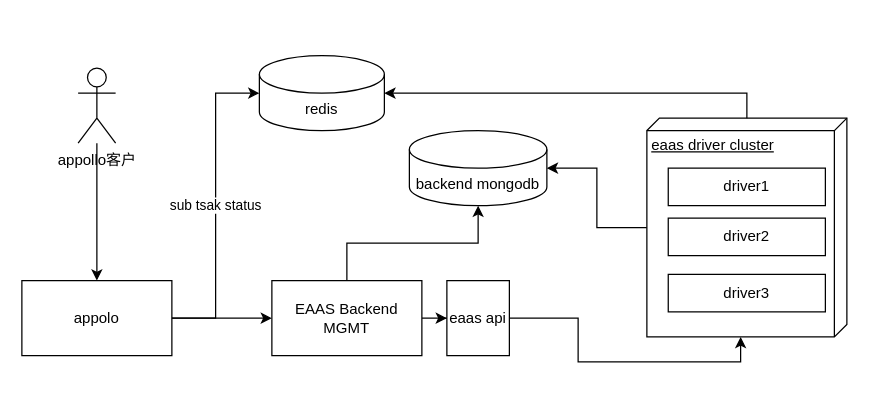
This is Untitled Diagram.drawio from RunningToTheEdgeOfTheWorld/jupyter_dir, a draw.io file, before an edit. Source tidied: cells renumbered, new cells numbered last; positions are measured from the earlier drawing's top-left corner, leaving out a move shared by most shapes. Both pictures are drawn from the tidied source at 125%, with x=0, y=0 at pixel (21, 55).
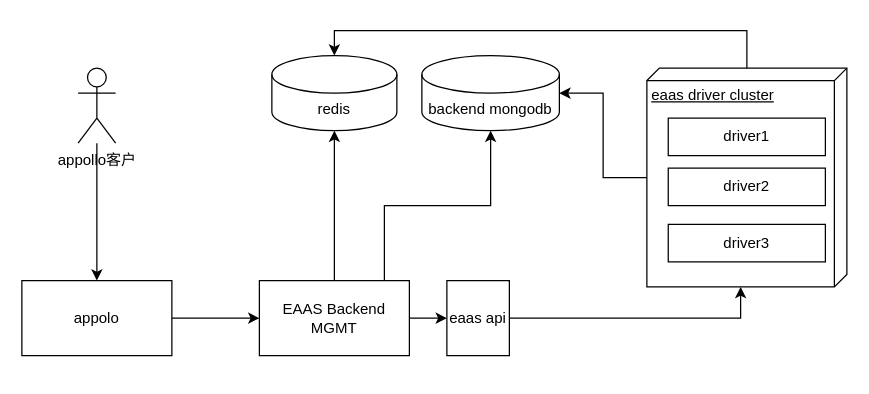
The same page after the edit.

Unchanged cells that the change refers to:
```xml
<mxCell id="13" value="appolo" style="rounded=0;whiteSpace=wrap;html=1;" parent="1" vertex="1">
  <mxGeometry y="180" width="120" height="60" as="geometry" />
</mxCell>
<mxCell id="17" value="&lt;span style=&quot;text-align: center&quot;&gt;eaas driver cluster&lt;/span&gt;" style="verticalAlign=top;align=left;spacingTop=8;spacingLeft=2;spacingRight=12;shape=cube;size=10;direction=south;fontStyle=4;html=1;" parent="16" vertex="1">
  <mxGeometry width="160" height="175" as="geometry" />
</mxCell>
```

The edit, as a diff of the source:
```diff
@@
     <mxCell id="4" style="edgeStyle=orthogonalEdgeStyle;rounded=0;jettySize=auto;html=1;entryX=0.5;entryY=1;entryDx=0;entryDy=0;entryPerimeter=0;" parent="1" edge="1" source="5" target="7">
-      <mxGeometry relative="1" as="geometry" />
+      <mxGeometry relative="1" as="geometry">
+        <Array as="points">
+          <mxPoint x="290" y="120" />
+          <mxPoint x="375" y="120" />
+        </Array>
+      </mxGeometry>
     </mxCell>
+    <mxCell id="22" style="edgeStyle=orthogonalEdgeStyle;rounded=0;jettySize=auto;entryX=0.5;entryY=1;entryDx=0;entryDy=0;entryPerimeter=0;html=1;" parent="1" edge="1" source="5" target="6">
+      <mxGeometry relative="1" as="geometry" />
+    </mxCell>
     <mxCell id="5" value="EAAS Backend MGMT" style="rounded=0;whiteSpace=wrap;html=1;" parent="1" vertex="1">
-      <mxGeometry x="200" y="180" width="120" height="60" as="geometry" />
+      <mxGeometry x="190" y="180" width="120" height="60" as="geometry" />
     </mxCell>
     <mxCell id="6" value="redis" style="shape=cylinder3;whiteSpace=wrap;html=1;boundedLbl=1;backgroundOutline=1;size=15;" parent="1" vertex="1">
-      <mxGeometry x="190" width="100" height="60" as="geometry" />
+      <mxGeometry x="200" width="100" height="60" as="geometry" />
     </mxCell>
     <mxCell id="7" value="backend mongodb" style="shape=cylinder3;whiteSpace=wrap;html=1;boundedLbl=1;backgroundOutline=1;size=15;" parent="1" vertex="1">
-      <mxGeometry x="310" y="60" width="110" height="60" as="geometry" />
+      <mxGeometry x="320" width="110" height="60" as="geometry" />
     </mxCell>
@@
-    <mxCell id="14" value="sub tsak status" style="edgeStyle=orthogonalEdgeStyle;rounded=0;jettySize=auto;html=1;entryX=0;entryY=0.5;entryDx=0;entryDy=0;entryPerimeter=0;" parent="1" edge="1" source="13" target="6">
-      <mxGeometry relative="1" as="geometry" />
-    </mxCell>
     <mxCell id="15" style="group;" parent="1" vertex="1">
-      <mxGeometry x="500" y="50" width="160" height="175" as="geometry" />
+      <mxGeometry x="500" y="10" width="160" height="175" as="geometry" />
     </mxCell>
@@
-    <mxCell id="21" style="edgeStyle=orthogonalEdgeStyle;rounded=0;jettySize=auto;html=1;entryX=1;entryY=0.5;entryDx=0;entryDy=0;entryPerimeter=0;" parent="1" edge="1" source="17" target="6">
+    <mxCell id="21" style="edgeStyle=orthogonalEdgeStyle;rounded=0;jettySize=auto;html=1;entryX=0.5;entryY=0;entryDx=0;entryDy=0;entryPerimeter=0;" parent="1" edge="1" source="17" target="6">
       <mxGeometry relative="1" as="geometry">
         <Array as="points">
-          <mxPoint x="580" y="30" />
+          <mxPoint x="580" y="-20" />
+          <mxPoint x="250" y="-20" />
         </Array>
       </mxGeometry>
     </mxCell>
```
